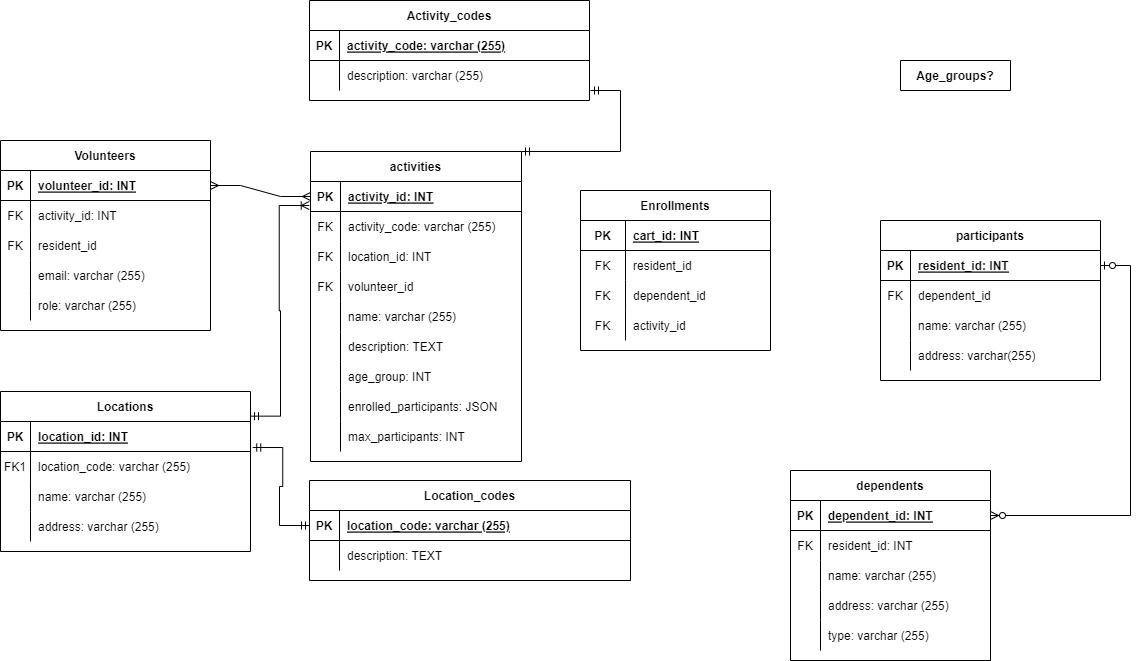
The draw.io diagram 340.drawio.png in arse0039/340_db, before a commit. Source tidied: cells renumbered, new cells last; positions are measured from the earlier drawing's top-left corner, leaving out a move shared by most shapes.
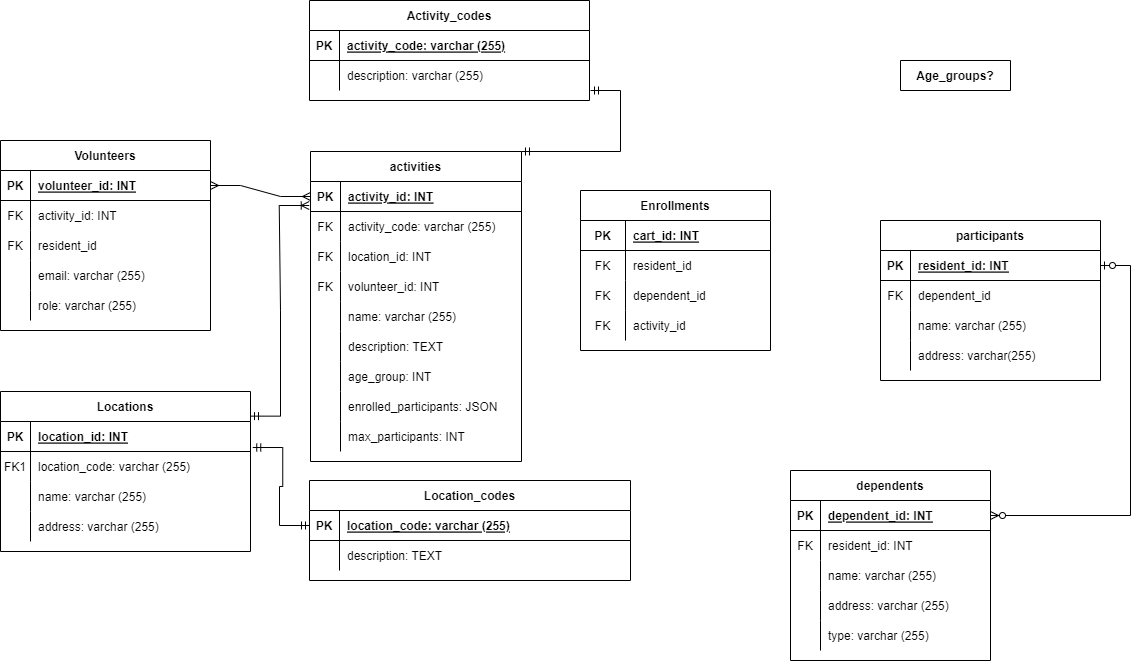
After the commit.

Commit message:
added data type to activity attribute 340.drawio.png

The edit, as a diff of the source:
```diff
@@ -206,7 +206,7 @@
     <mxCell id="69" value="FK" style="shape=partialRectangle;fillColor=none;top=0;left=0;bottom=0;right=0;overflow=hidden;" parent="68" vertex="1">
       <mxGeometry width="30" height="30" as="geometry" />
     </mxCell>
-    <mxCell id="70" value="volunteer_id" style="shape=partialRectangle;fillColor=none;top=0;left=0;bottom=0;right=0;align=left;spacingLeft=6;overflow=hidden;" parent="68" vertex="1">
+    <mxCell id="70" value="volunteer_id: INT" style="shape=partialRectangle;fillColor=none;top=0;left=0;bottom=0;right=0;align=left;spacingLeft=6;overflow=hidden;" parent="68" vertex="1">
       <mxGeometry x="30" width="181" height="30" as="geometry" />
     </mxCell>
     <mxCell id="71" style="shape=tableRow;horizontal=0;startSize=0;swimlaneHead=0;swimlaneBody=0;fillColor=none;top=0;left=0;right=0;bottom=0;" parent="58" vertex="1">
```
